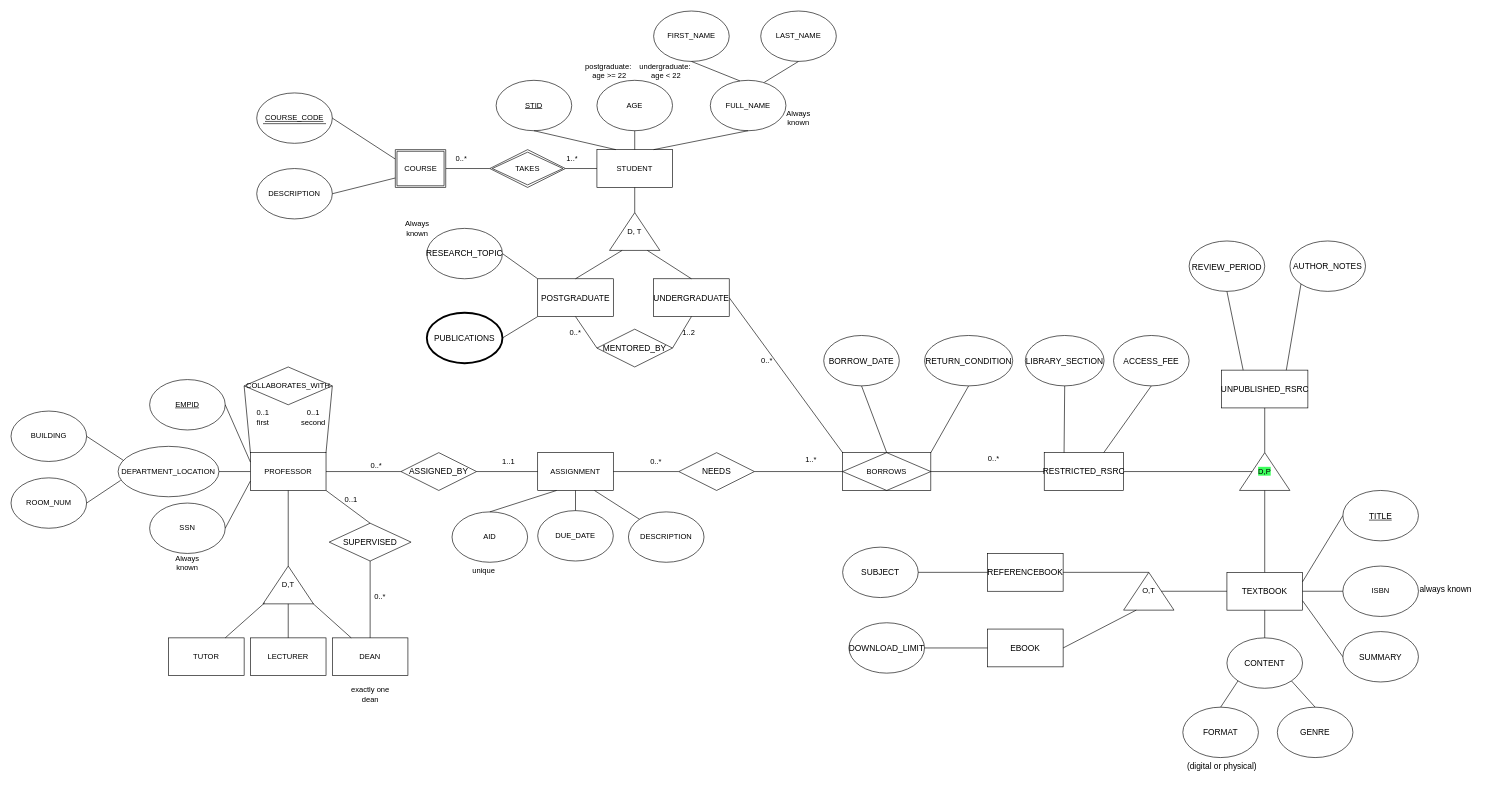
Earlier version of the draw.io diagram DM-HW1_Janis & Cuihuan.drawio (us-ja/Data_Management). Source tidied: cells renumbered, new cells numbered last; positions are measured from the earlier drawing's top-left corner, leaving out a move shared by most shapes. Both pictures are drawn from the tidied source at 63%, with x=0, y=0 at pixel (11, 11).
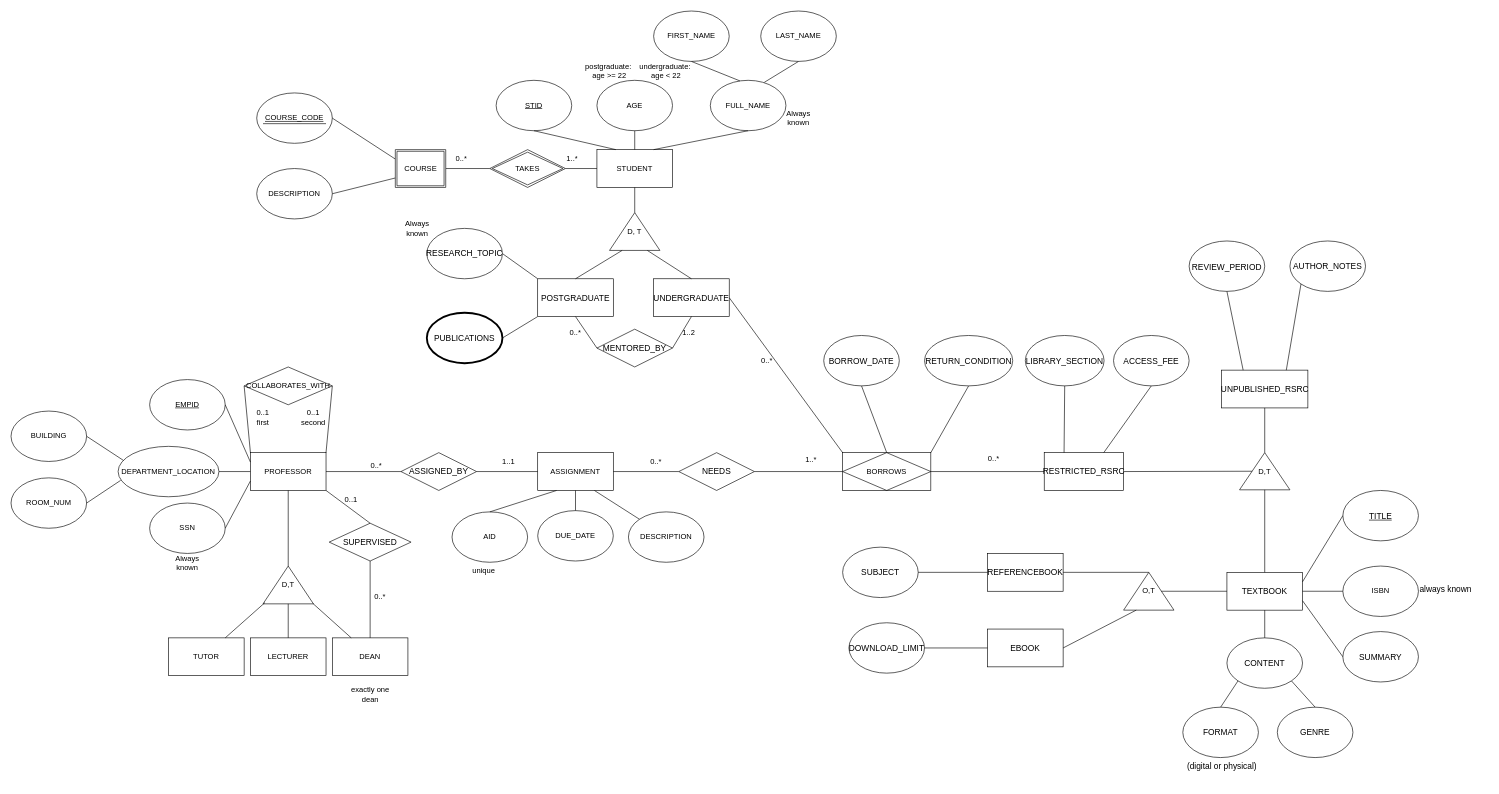
Above is the later version.

What changed in the source:
```diff
@@
-    <mxCell id="113" value="&lt;span style=&quot;background-color: rgb(61, 255, 93);&quot;&gt;D,P&lt;/span&gt;" style="triangle;whiteSpace=wrap;html=1;direction=north;" parent="1" vertex="1">
-      <mxGeometry x="1950" y="701" width="80" height="60" as="geometry" />
+    <mxCell id="113" value="&lt;span&gt;D,T&lt;/span&gt;" style="triangle;whiteSpace=wrap;html=1;direction=north;" parent="1" vertex="1">
+      <mxGeometry x="1950" y="701" width="80" height="59" as="geometry" />
     </mxCell>
```
